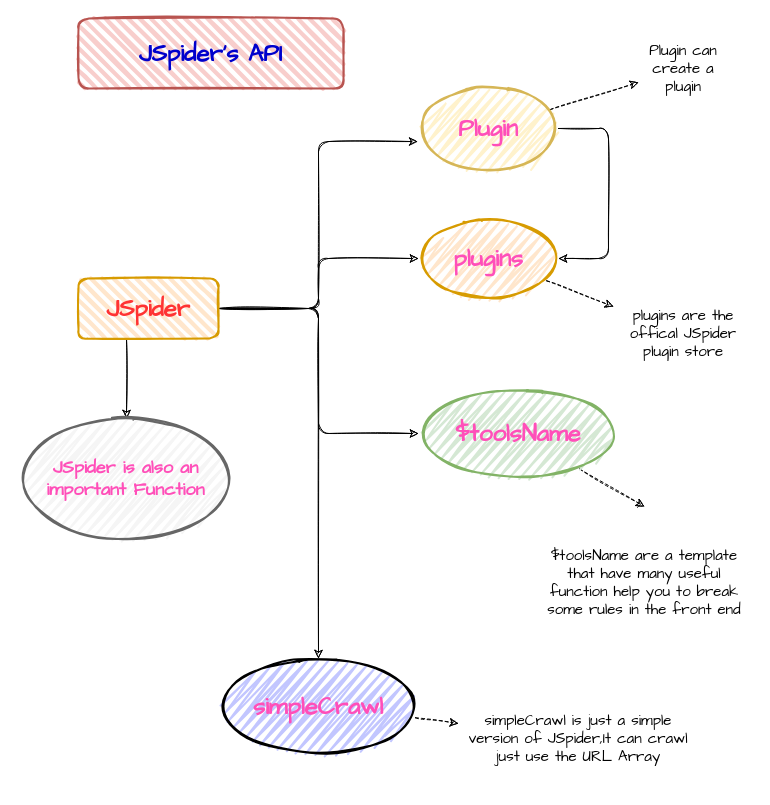
Earlier version of the draw.io diagram src/AboutAPI.drawio (KonghaYao/jspider). Source tidied: cells renumbered, new cells numbered last; positions are measured from the earlier drawing's top-left corner, leaving out a move shared by most shapes. Both pictures are drawn from the tidied source at 100%, with x=0, y=0 at pixel (18, 18).
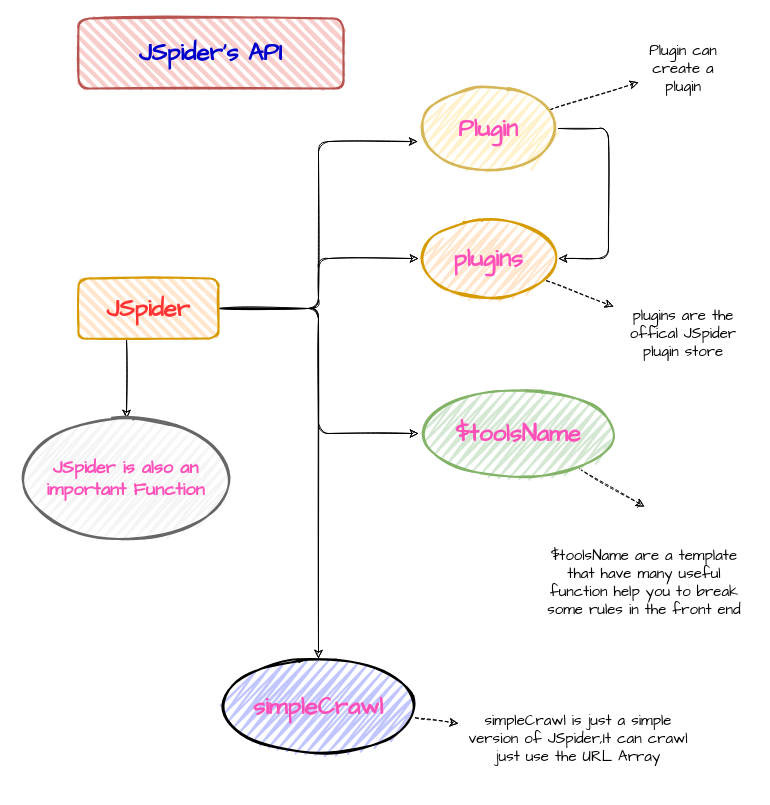
The same diagram, later.

Change to the diagram source:
```diff
@@
-    <mxCell id="18" value="&lt;h1&gt;&lt;font face=&quot;Comic Sans MS&quot; style=&quot;font-size: 24px&quot;&gt;JSpider's API&lt;/font&gt;&lt;/h1&gt;" style="rounded=1;whiteSpace=wrap;html=1;strokeWidth=2;fillWeight=4;hachureGap=8;hachureAngle=45;sketch=1;glass=0;shadow=0;fillColor=#f8cecc;strokeColor=#b85450;fontColor=#0000CC;" parent="1" vertex="1">
+    <mxCell id="18" value="&lt;h1&gt;&lt;font style=&quot;font-size: 24px&quot;&gt;JSpider's API&lt;/font&gt;&lt;/h1&gt;" style="rounded=1;whiteSpace=wrap;html=1;strokeWidth=2;fillWeight=4;hachureGap=8;hachureAngle=45;sketch=1;glass=0;shadow=0;fillColor=#f8cecc;strokeColor=#b85450;fontColor=#0000CC;fontFamily=Comic Sans MS;" parent="1" vertex="1">
       <mxGeometry x="60" width="265" height="70" as="geometry" />
     </mxCell>
```
